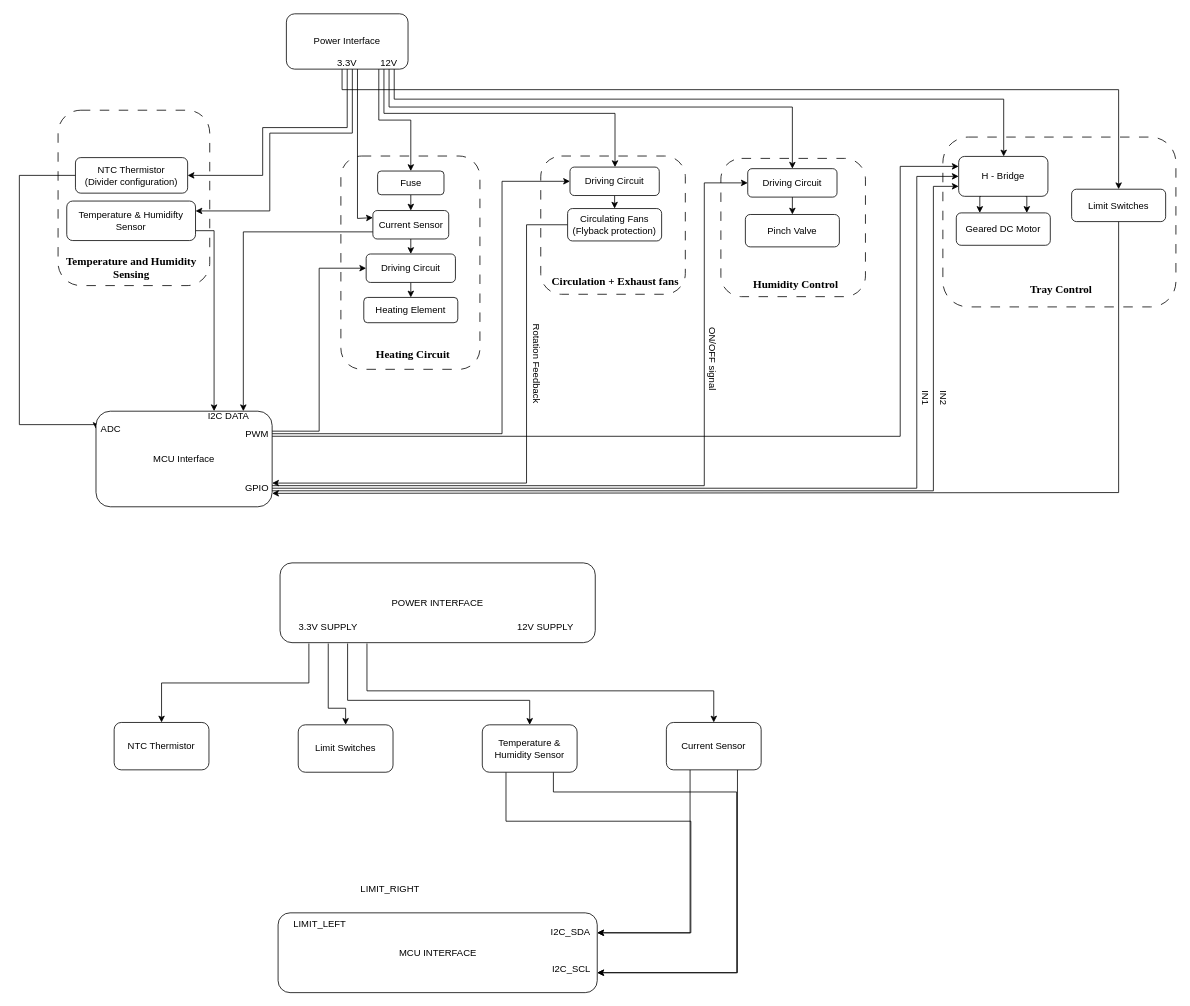
Before: docs/Temp & humidity control.drawio in musyani-io/solar-powered-incubator, a draw.io diagram. Source tidied: cells renumbered, new cells numbered last; positions are measured from the earlier drawing's top-left corner, leaving out a move shared by most shapes. Both pictures are drawn from the tidied source at 79%, with x=0, y=0 at pixel (19, 13).
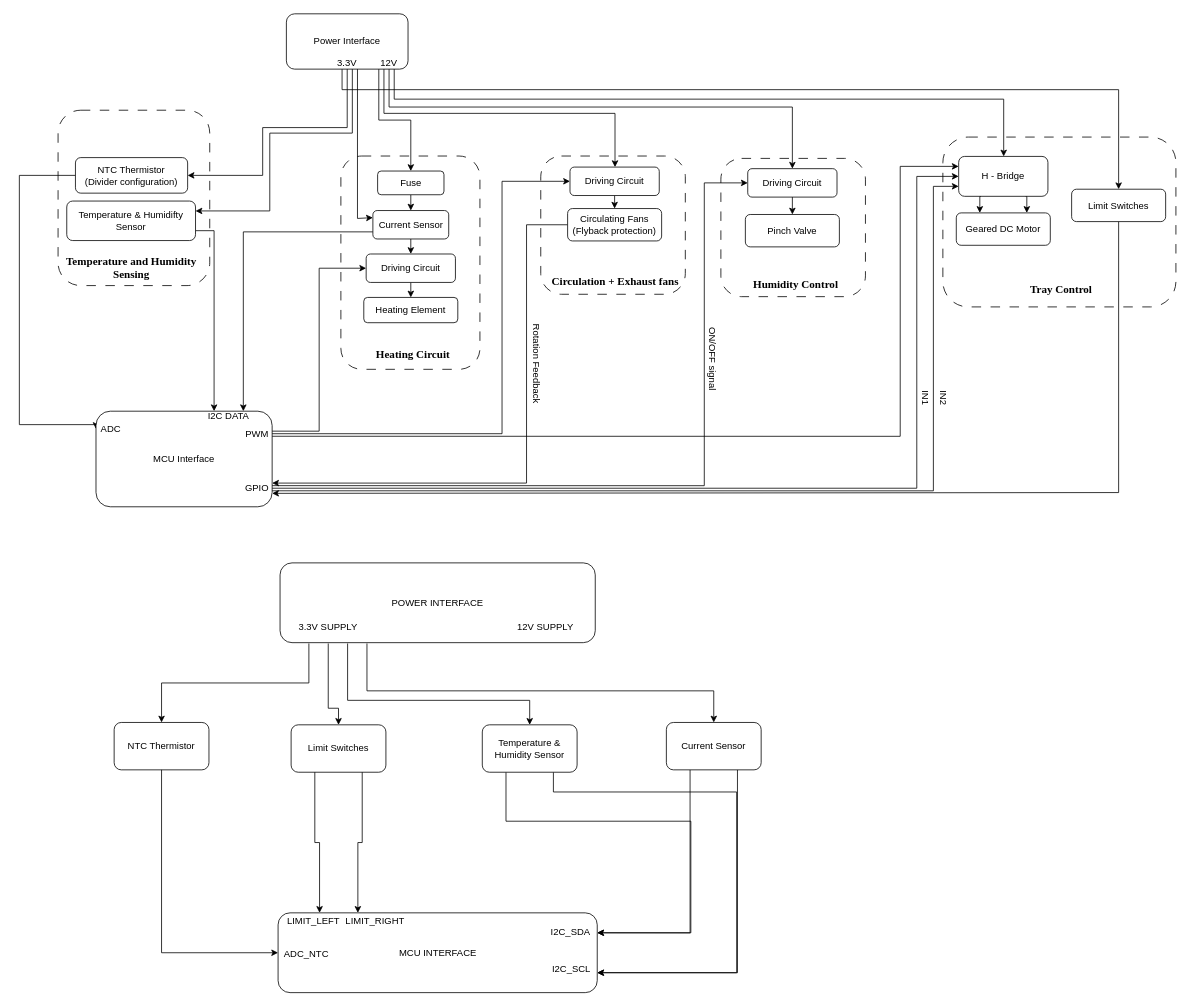
The same page after the edit.

Commit message:
docs: block - signals for NTC & limit switches

Unchanged cells that the change refers to:
```xml
<mxCell id="68" value="3.3V SUPPLY" style="text;html=1;whiteSpace=wrap;strokeColor=none;fillColor=none;align=center;verticalAlign=middle;rounded=0;" parent="1" vertex="1">
  <mxGeometry x="342" y="757" width="98" height="40" as="geometry" />
</mxCell>
<mxCell id="70" value="NTC Thermistor" style="rounded=1;whiteSpace=wrap;html=1;" parent="1" vertex="1">
  <mxGeometry x="120" y="897" width="120" height="60" as="geometry" />
</mxCell>
```

The edit, as a diff of the source:
```diff
@@
     <mxCell id="64" style="edgeStyle=orthogonalEdgeStyle;rounded=0;jettySize=auto;html=1;exitX=0.5;exitY=1;exitDx=0;exitDy=0;entryX=0.5;entryY=0;entryDx=0;entryDy=0;" parent="1" edge="1" source="68" target="74">
       <mxGeometry relative="1" as="geometry">
         <Array as="points">
           <mxPoint x="391" y="879" />
-          <mxPoint x="413" y="879" />
+          <mxPoint x="404" y="879" />
         </Array>
       </mxGeometry>
     </mxCell>
@@
     <mxCell id="74" value="Limit Switches" style="rounded=1;whiteSpace=wrap;html=1;" parent="1" vertex="1">
-      <mxGeometry x="353" y="900" width="120" height="60" as="geometry" />
+      <mxGeometry x="344" y="900" width="120" height="60" as="geometry" />
     </mxCell>
@@
-    <mxCell id="78" value="MCU INTERFACE" style="rounded=1;whiteSpace=wrap;html=1;" parent="1" vertex="1">
+    <mxCell id="78" value="MCU INTERFACE" style="rounded=1;whiteSpace=wrap;html=1;points=[[0,0,0,0,0],[0,0.25,0,0,0],[0,0.5,0,0,0],[0,0.75,0,0,0],[0,1,0,0,0],[0.13,0,0,0,0],[0.25,0,0,0,0],[0.25,1,0,0,0],[0.38,0,0,0,0],[0.5,0,0,0,0],[0.5,1,0,0,0],[0.75,0,0,0,0],[0.75,1,0,0,0],[1,0,0,0,0],[1,0.25,0,0,0],[1,0.5,0,0,0],[1,0.75,0,0,0],[1,1,0,0,0]];" parent="1" vertex="1">
       <mxGeometry x="327.5" y="1138" width="404" height="101" as="geometry" />
     </mxCell>
@@
     <mxCell id="81" value="LIMIT_LEFT" style="text;html=1;whiteSpace=wrap;strokeColor=none;fillColor=none;align=center;verticalAlign=middle;rounded=0;" parent="1" vertex="1">
-      <mxGeometry x="347" y="1144" width="67" height="18" as="geometry" />
+      <mxGeometry x="339" y="1140" width="67" height="18" as="geometry" />
     </mxCell>
     <mxCell id="82" value="LIMIT_RIGHT" style="text;html=1;whiteSpace=wrap;strokeColor=none;fillColor=none;align=center;verticalAlign=middle;rounded=0;" parent="1" vertex="1">
-      <mxGeometry x="430" y="1099" width="79" height="18" as="geometry" />
+      <mxGeometry x="411" y="1140" width="79" height="18" as="geometry" />
     </mxCell>
+    <mxCell id="83" style="edgeStyle=orthogonalEdgeStyle;rounded=0;jettySize=auto;html=1;exitX=0.25;exitY=1;exitDx=0;exitDy=0;entryX=0.13;entryY=0;entryDx=0;entryDy=0;entryPerimeter=0;" parent="1" edge="1" source="74" target="78">
+      <mxGeometry relative="1" as="geometry" />
+    </mxCell>
+    <mxCell id="84" style="edgeStyle=orthogonalEdgeStyle;rounded=0;jettySize=auto;html=1;exitX=0.75;exitY=1;exitDx=0;exitDy=0;entryX=0.25;entryY=0;entryDx=0;entryDy=0;entryPerimeter=0;" parent="1" edge="1" source="74" target="78">
+      <mxGeometry relative="1" as="geometry" />
+    </mxCell>
+    <mxCell id="85" style="edgeStyle=orthogonalEdgeStyle;rounded=0;jettySize=auto;html=1;exitX=0.5;exitY=1;exitDx=0;exitDy=0;entryX=0;entryY=0.5;entryDx=0;entryDy=0;entryPerimeter=0;" parent="1" edge="1" source="70" target="78">
+      <mxGeometry relative="1" as="geometry" />
+    </mxCell>
+    <mxCell id="86" value="ADC_NTC" style="text;html=1;whiteSpace=wrap;strokeColor=none;fillColor=none;align=center;verticalAlign=middle;rounded=0;" parent="1" vertex="1">
+      <mxGeometry x="330" y="1181" width="67" height="18" as="geometry" />
+    </mxCell>
```
